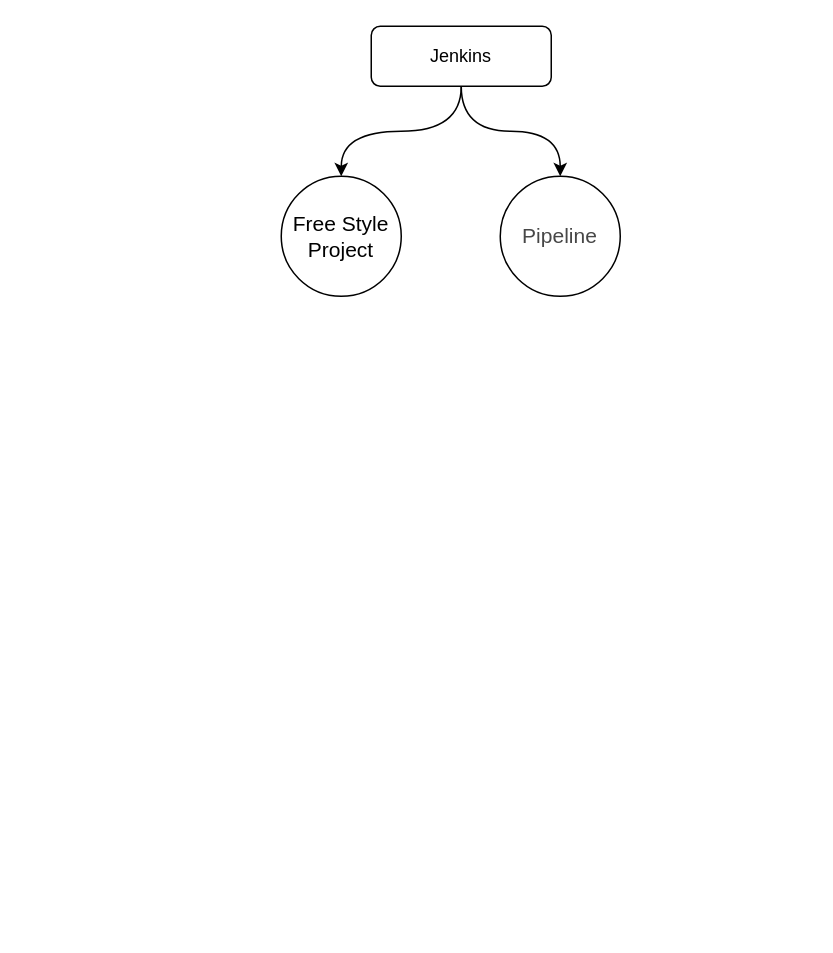
The draw.io diagram Jenkins_CI_CD_Workflow.drawio in rishant/draw.io, before the edit. Source tidied: cells renumbered, new cells numbered last; positions are measured from the earlier drawing's top-left corner, leaving out a move shared by most shapes. Both pictures are drawn from the tidied source at 150%, with x=0, y=0 at pixel (280, 26).
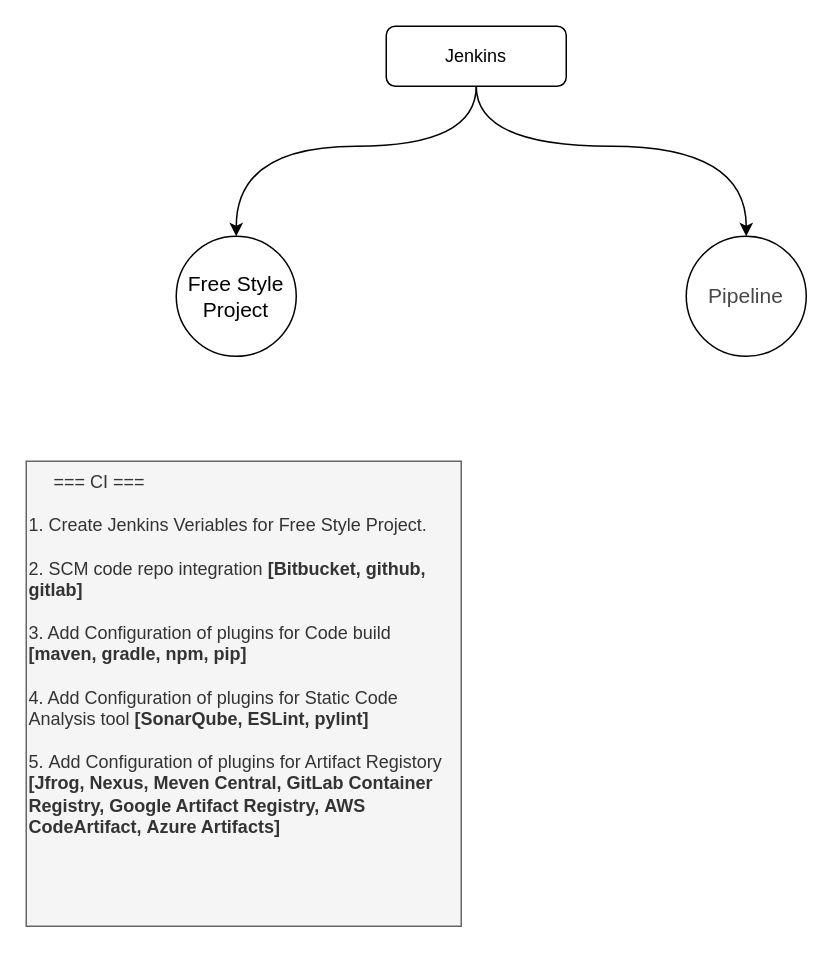
After the change.

Change to the diagram source:
```diff
@@
 <mxGraphModel>
   <root>
     <mxCell id="0" />
     <mxCell id="1" parent="0" />
     <mxCell id="2" style="edgeStyle=orthogonalEdgeStyle;rounded=0;jettySize=auto;html=1;curved=1;" parent="1" edge="1" source="4" target="5">
-      <mxGeometry relative="1" as="geometry" />
+      <mxGeometry relative="1" as="geometry">
+        <Array as="points">
+          <mxPoint x="130" y="80" />
+          <mxPoint x="-30" y="80" />
+        </Array>
+      </mxGeometry>
     </mxCell>
     <mxCell id="3" style="edgeStyle=orthogonalEdgeStyle;rounded=0;jettySize=auto;html=1;curved=1;" parent="1" edge="1" source="4" target="6">
-      <mxGeometry relative="1" as="geometry" />
+      <mxGeometry relative="1" as="geometry">
+        <Array as="points">
+          <mxPoint x="130" y="80" />
+          <mxPoint x="310" y="80" />
+        </Array>
+      </mxGeometry>
     </mxCell>
     <mxCell id="4" value="Jenkins" style="rounded=1;whiteSpace=wrap;html=1;" parent="1" vertex="1">
-      <mxGeometry x="60" width="120" height="40" as="geometry" />
+      <mxGeometry x="70" width="120" height="40" as="geometry" />
     </mxCell>
     <mxCell id="5" value="Free Style&lt;div style=&quot;font-size: 14px;&quot;&gt;Project&lt;/div&gt;" style="ellipse;whiteSpace=wrap;html=1;rounded=1;fontSize=14;" parent="1" vertex="1">
-      <mxGeometry y="100" width="80" height="80" as="geometry" />
+      <mxGeometry x="-70" y="140" width="80" height="80" as="geometry" />
     </mxCell>
     <mxCell id="6" value="&lt;span style=&quot;color: rgb(71, 71, 71); font-family: Arial, sans-serif; font-size: 14px; text-align: left; background-color: rgb(255, 255, 255);&quot;&gt;Pipeline&lt;/span&gt;" style="ellipse;whiteSpace=wrap;html=1;rounded=1;" parent="1" vertex="1">
-      <mxGeometry x="146" y="100" width="80" height="80" as="geometry" />
+      <mxGeometry x="270" y="140" width="80" height="80" as="geometry" />
     </mxCell>
+    <mxCell id="7" value="&lt;div&gt;&amp;nbsp; &amp;nbsp; &amp;nbsp;=== CI ===&lt;/div&gt;&lt;div&gt;&lt;div&gt;&lt;br&gt;&lt;/div&gt;&lt;div&gt;1. Create Jenkins Veriables for Free Style Project.&lt;/div&gt;&lt;/div&gt;&lt;div&gt;&lt;br&gt;&lt;/div&gt;2. SCM code repo integration &lt;b&gt;[Bitbucket, github, gitlab]&lt;/b&gt;&lt;div&gt;&lt;span style=&quot;background-color: initial;&quot;&gt;&lt;br&gt;&lt;/span&gt;&lt;/div&gt;&lt;div&gt;&lt;span style=&quot;background-color: initial;&quot;&gt;3. Add Configuration of plugins for Code build &lt;b&gt;[maven, gradle, npm, pip]&lt;/b&gt;&lt;/span&gt;&lt;br&gt;&lt;/div&gt;&lt;div&gt;&lt;br&gt;&lt;/div&gt;&lt;div&gt;4. Add Configuration of plugins for Static Code Analysis tool &lt;b&gt;[SonarQube, ESLint, pylint]&lt;/b&gt;&lt;br&gt;&lt;/div&gt;&lt;div&gt;&lt;br&gt;&lt;/div&gt;&lt;div&gt;5.&amp;nbsp;&lt;span style=&quot;background-color: initial;&quot;&gt;Add Configuration of plugins for Artifact Registory &lt;b&gt;[Jfrog, Nexus, Meven Central,&amp;nbsp;&lt;/b&gt;&lt;/span&gt;&lt;b&gt;&lt;span style=&quot;background-color: initial;&quot;&gt;GitLab Container Registry,&amp;nbsp;&lt;/span&gt;&lt;span style=&quot;background-color: initial;&quot;&gt;Google Artifact Registry,&amp;nbsp;&lt;/span&gt;&lt;span style=&quot;background-color: initial;&quot;&gt;AWS CodeArtifact,&amp;nbsp;&lt;/span&gt;&lt;span style=&quot;background-color: initial;&quot;&gt;Azure Artifacts&lt;/span&gt;&lt;span style=&quot;background-color: initial;&quot;&gt;]&lt;/span&gt;&lt;/b&gt;&lt;/div&gt;&lt;div&gt;&lt;br&gt;&lt;/div&gt;&lt;div&gt;&lt;br&gt;&lt;/div&gt;" style="text;html=1;align=left;verticalAlign=top;whiteSpace=wrap;rounded=0;horizontal=1;fillColor=#f5f5f5;fontColor=#333333;strokeColor=#666666;" parent="1" vertex="1">
+      <mxGeometry x="-170" y="290" width="290" height="310" as="geometry" />
+    </mxCell>
   </root>
 </mxGraphModel>
```
